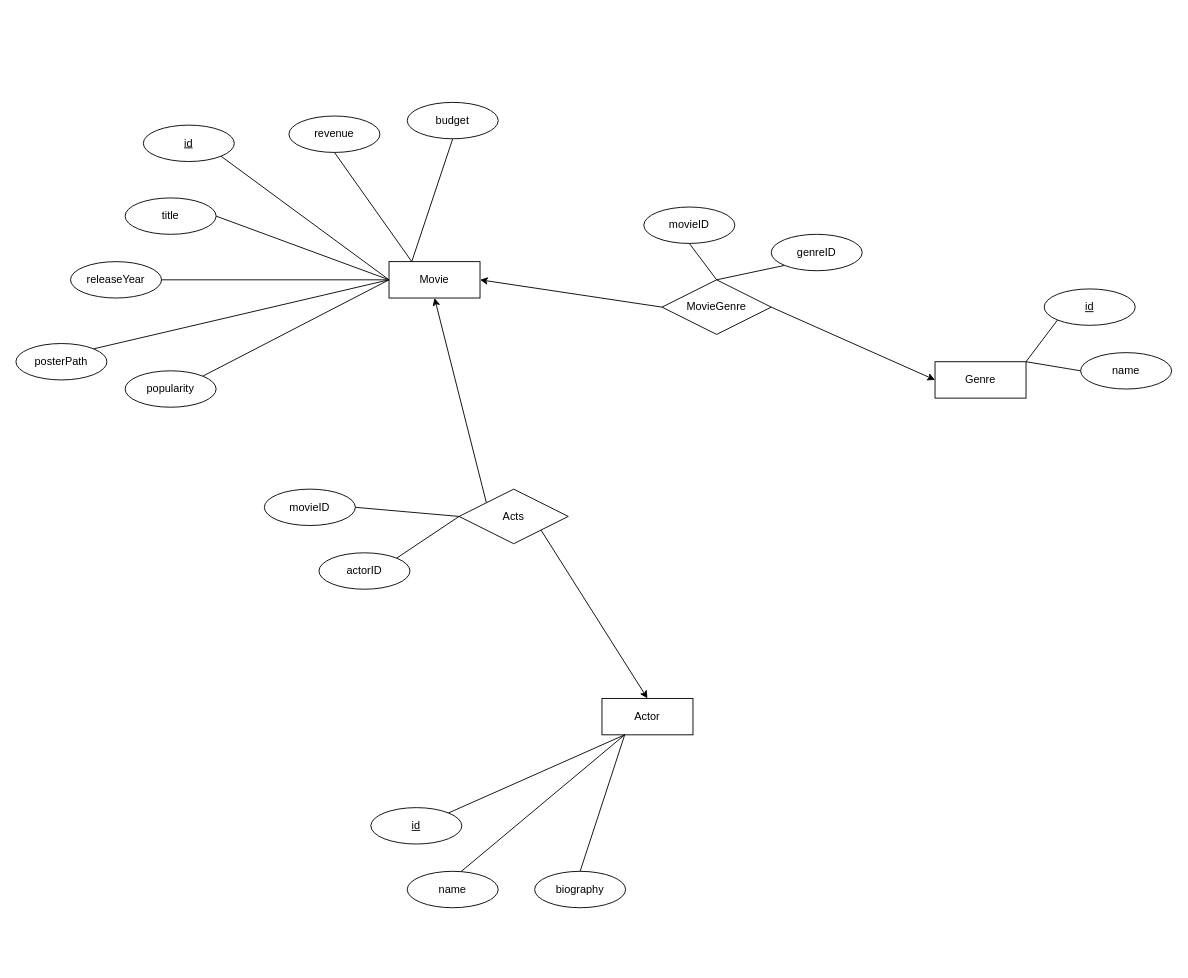
Earlier version of the draw.io diagram DOCUMENTATION/Untitled Diagram.drawio (DoriRimon/MovieStats). Source tidied: cells renumbered, new cells numbered last; positions are measured from the earlier drawing's top-left corner, leaving out a move shared by most shapes. Both pictures are drawn from the tidied source at 91%, with x=0, y=0 at pixel (15, 102).
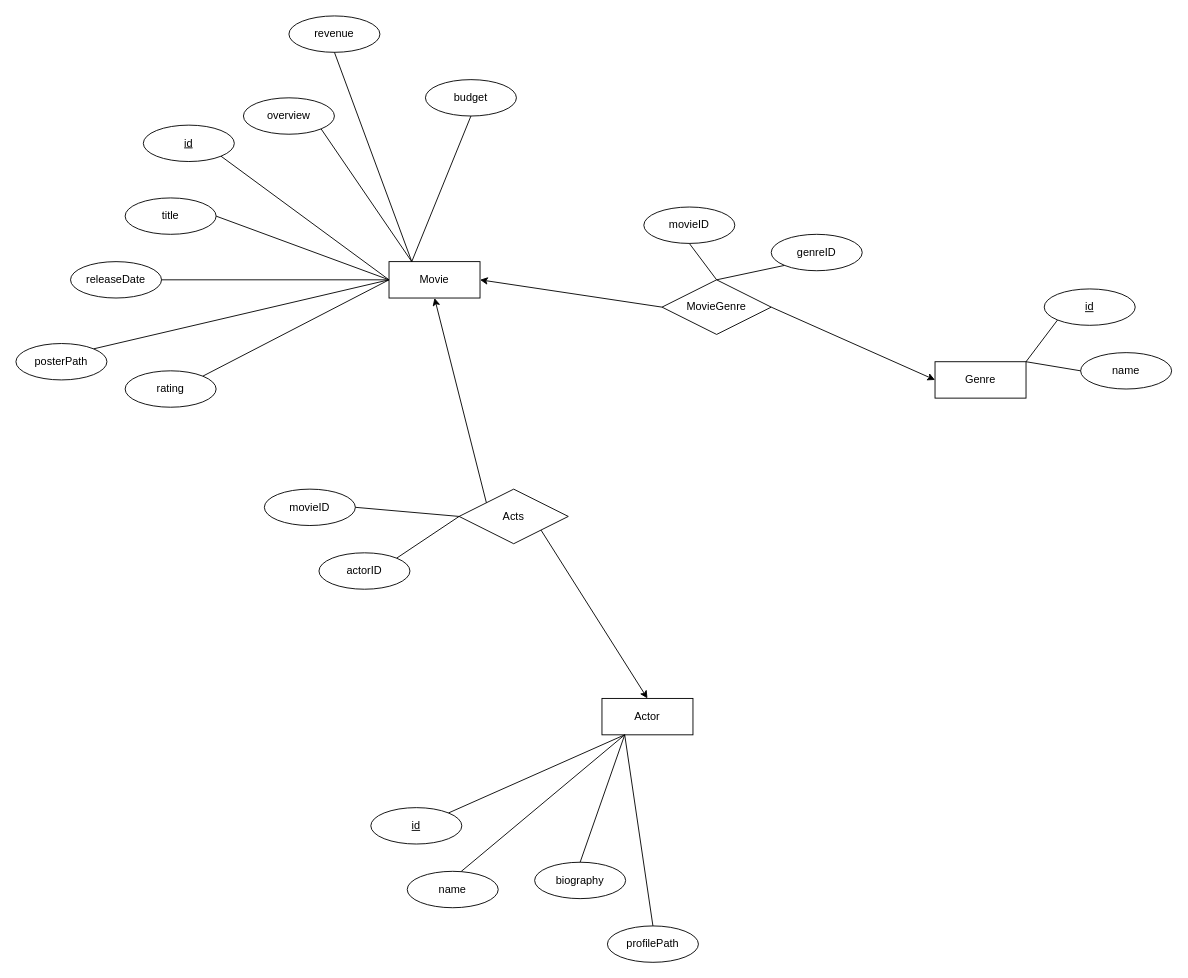
Above is the later version.

Unchanged cells that the change refers to:
```xml
<mxCell id="2" value="Movie" style="whiteSpace=wrap;html=1;align=center;" parent="1" vertex="1">
  <mxGeometry x="410" y="175" width="100" height="40" as="geometry" />
</mxCell>
<mxCell id="19" value="Actor" style="whiteSpace=wrap;html=1;align=center;" parent="1" vertex="1">
  <mxGeometry x="644" y="655" width="100" height="40" as="geometry" />
</mxCell>
```

Diff of the diagram source:
```diff
@@
     <mxCell id="31" value="revenue" style="ellipse;whiteSpace=wrap;html=1;align=center;" parent="1" vertex="1">
-      <mxGeometry x="300" y="15" width="100" height="40" as="geometry" />
+      <mxGeometry x="300" y="-95" width="100" height="40" as="geometry" />
     </mxCell>
     <mxCell id="32" value="budget" style="ellipse;whiteSpace=wrap;html=1;align=center;" parent="1" vertex="1">
-      <mxGeometry x="430" width="100" height="40" as="geometry" />
+      <mxGeometry x="450" y="-25" width="100" height="40" as="geometry" />
     </mxCell>
@@
-    <mxCell id="35" value="releaseYear" style="ellipse;whiteSpace=wrap;html=1;align=center;" parent="1" vertex="1">
+    <mxCell id="35" value="releaseDate" style="ellipse;whiteSpace=wrap;html=1;align=center;" parent="1" vertex="1">
       <mxGeometry x="60" y="175" width="100" height="40" as="geometry" />
     </mxCell>
@@
     <mxCell id="39" value="biography" style="ellipse;whiteSpace=wrap;html=1;align=center;" parent="1" vertex="1">
-      <mxGeometry x="570" y="845" width="100" height="40" as="geometry" />
+      <mxGeometry x="570" y="835" width="100" height="40" as="geometry" />
     </mxCell>
-    <mxCell id="40" value="popularity" style="ellipse;whiteSpace=wrap;html=1;align=center;" parent="1" vertex="1">
+    <mxCell id="40" value="rating" style="ellipse;whiteSpace=wrap;html=1;align=center;" parent="1" vertex="1">
       <mxGeometry x="120" y="295" width="100" height="40" as="geometry" />
     </mxCell>
@@
+    <mxCell id="43" value="profilePath" style="ellipse;whiteSpace=wrap;html=1;align=center;" parent="1" vertex="1">
+      <mxGeometry x="650" y="905" width="100" height="40" as="geometry" />
+    </mxCell>
+    <mxCell id="44" style="endArrow=none;html=1;rounded=0;exitX=0.25;exitY=1;exitDx=0;exitDy=0;entryX=0.5;entryY=0;entryDx=0;entryDy=0;" parent="1" edge="1" source="19" target="43">
+      <mxGeometry relative="1" as="geometry" />
+    </mxCell>
+    <mxCell id="45" value="overview" style="ellipse;whiteSpace=wrap;html=1;align=center;" parent="1" vertex="1">
+      <mxGeometry x="250" y="-5" width="100" height="40" as="geometry" />
+    </mxCell>
+    <mxCell id="46" style="endArrow=none;html=1;rounded=0;exitX=1;exitY=1;exitDx=0;exitDy=0;entryX=0.25;entryY=0;entryDx=0;entryDy=0;" parent="1" edge="1" source="45" target="2">
+      <mxGeometry relative="1" as="geometry" />
+    </mxCell>
```
